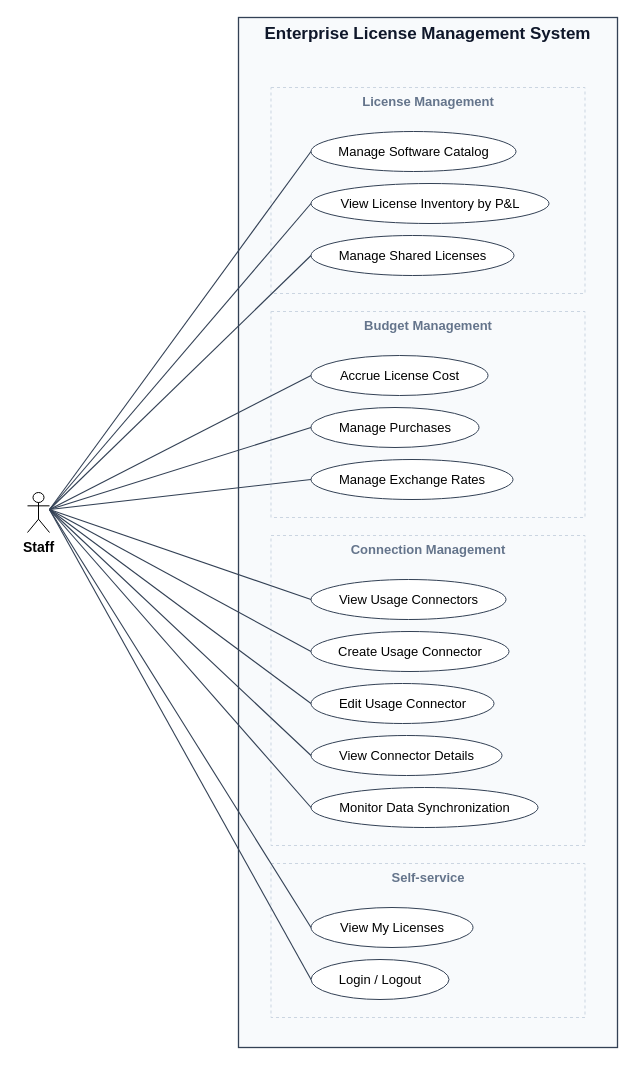
Above: docs/diagrams/out/uc_staff.drawio in cuonglpv/VFast (draw.io), before the change. Source tidied: cells renumbered, new cells numbered last; positions are measured from the earlier drawing's top-left corner, leaving out a move shared by most shapes. Both pictures are drawn from the tidied source at 100%, with x=0, y=0 at pixel (27, 17).
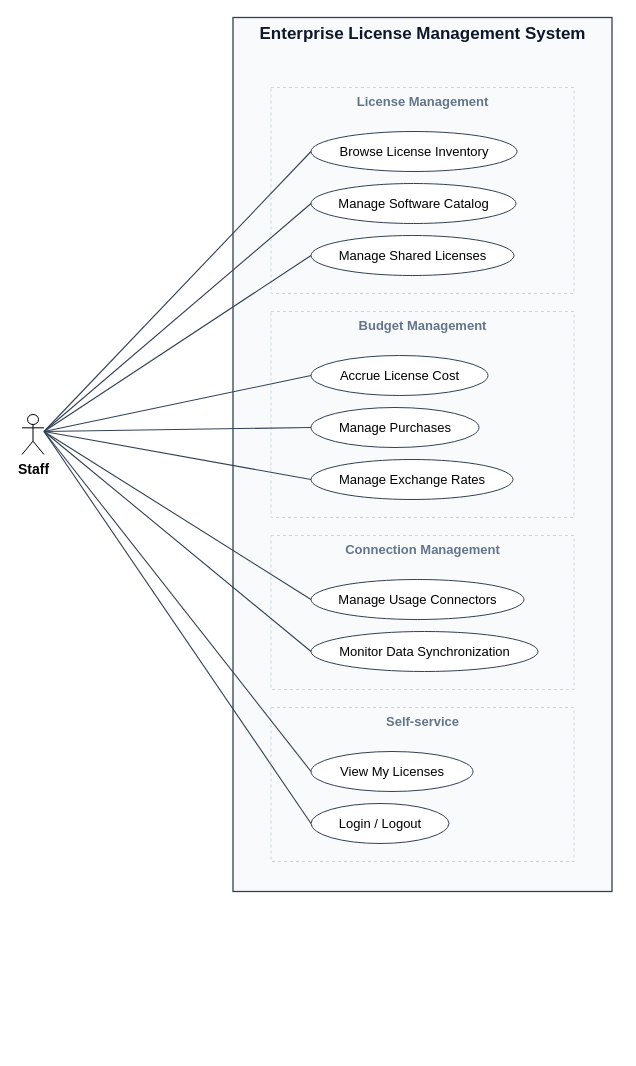
After the change.

What changed in the source:
```diff
@@
     <mxCell id="2" value="Enterprise License Management System" style="rounded=0;arcSize=0;absoluteArcSize=1;whiteSpace=wrap;html=1;fillColor=#F8FAFC;strokeColor=#334155;strokeWidth=1.3;fontSize=17;fontColor=#0f172a;align=center;verticalAlign=top;fontStyle=1;" parent="1" vertex="1">
-      <mxGeometry x="211" width="379" height="1030" as="geometry" />
+      <mxGeometry x="205.5" width="379" height="874" as="geometry" />
     </mxCell>
     <mxCell id="3" value="License Management" style="rounded=0;arcSize=0;absoluteArcSize=1;whiteSpace=wrap;html=1;fillColor=#F8FAFC;strokeColor=#CBD5E1;strokeWidth=1;fontSize=13;fontColor=#64748B;align=center;verticalAlign=top;dashed=1;fontStyle=1;" parent="1" vertex="1">
-      <mxGeometry x="243.5" y="70" width="314" height="206" as="geometry" />
+      <mxGeometry x="243.5" y="70" width="303" height="206" as="geometry" />
     </mxCell>
-    <mxCell id="4" value="Manage Software Catalog" style="ellipse;whiteSpace=wrap;html=1;fillColor=#ffffff;strokeColor=#334155;fontSize=13;fontColor=#000000;" parent="1" vertex="1">
-      <mxGeometry x="283.5" y="114" width="205" height="40" as="geometry" />
+    <mxCell id="4" value="Browse License Inventory" style="ellipse;whiteSpace=wrap;html=1;fillColor=#ffffff;strokeColor=#334155;fontSize=13;fontColor=#000000;" parent="1" vertex="1">
+      <mxGeometry x="283.5" y="114" width="206" height="40" as="geometry" />
     </mxCell>
-    <mxCell id="5" value="View License Inventory by P&amp;amp;L" style="ellipse;whiteSpace=wrap;html=1;fillColor=#ffffff;strokeColor=#334155;fontSize=13;fontColor=#000000;" parent="1" vertex="1">
-      <mxGeometry x="283.5" y="166" width="238" height="40" as="geometry" />
+    <mxCell id="5" value="Manage Software Catalog" style="ellipse;whiteSpace=wrap;html=1;fillColor=#ffffff;strokeColor=#334155;fontSize=13;fontColor=#000000;" parent="1" vertex="1">
+      <mxGeometry x="283.5" y="166" width="205" height="40" as="geometry" />
     </mxCell>
@@
     <mxCell id="7" value="Budget Management" style="rounded=0;arcSize=0;absoluteArcSize=1;whiteSpace=wrap;html=1;fillColor=#F8FAFC;strokeColor=#CBD5E1;strokeWidth=1;fontSize=13;fontColor=#64748B;align=center;verticalAlign=top;dashed=1;fontStyle=1;" parent="1" vertex="1">
-      <mxGeometry x="243.5" y="294" width="314" height="206" as="geometry" />
+      <mxGeometry x="243.5" y="294" width="303" height="206" as="geometry" />
     </mxCell>
@@
     <mxCell id="11" value="Connection Management" style="rounded=0;arcSize=0;absoluteArcSize=1;whiteSpace=wrap;html=1;fillColor=#F8FAFC;strokeColor=#CBD5E1;strokeWidth=1;fontSize=13;fontColor=#64748B;align=center;verticalAlign=top;dashed=1;fontStyle=1;" parent="1" vertex="1">
-      <mxGeometry x="243.5" y="518" width="314" height="310" as="geometry" />
+      <mxGeometry x="243.5" y="518" width="303" height="154" as="geometry" />
     </mxCell>
-    <mxCell id="12" value="View Usage Connectors" style="ellipse;whiteSpace=wrap;html=1;fillColor=#ffffff;strokeColor=#334155;fontSize=13;fontColor=#000000;" parent="1" vertex="1">
-      <mxGeometry x="283.5" y="562" width="195" height="40" as="geometry" />
+    <mxCell id="12" value="Manage Usage Connectors" style="ellipse;whiteSpace=wrap;html=1;fillColor=#ffffff;strokeColor=#334155;fontSize=13;fontColor=#000000;" parent="1" vertex="1">
+      <mxGeometry x="283.5" y="562" width="213" height="40" as="geometry" />
     </mxCell>
-    <mxCell id="13" value="Create Usage Connector" style="ellipse;whiteSpace=wrap;html=1;fillColor=#ffffff;strokeColor=#334155;fontSize=13;fontColor=#000000;" parent="1" vertex="1">
-      <mxGeometry x="283.5" y="614" width="198" height="40" as="geometry" />
+    <mxCell id="13" value="Monitor Data Synchronization" style="ellipse;whiteSpace=wrap;html=1;fillColor=#ffffff;strokeColor=#334155;fontSize=13;fontColor=#000000;" parent="1" vertex="1">
+      <mxGeometry x="283.5" y="614" width="227" height="40" as="geometry" />
     </mxCell>
-    <mxCell id="14" value="Edit Usage Connector" style="ellipse;whiteSpace=wrap;html=1;fillColor=#ffffff;strokeColor=#334155;fontSize=13;fontColor=#000000;" parent="1" vertex="1">
-      <mxGeometry x="283.5" y="666" width="183" height="40" as="geometry" />
+    <mxCell id="14" value="Self-service" style="rounded=0;arcSize=0;absoluteArcSize=1;whiteSpace=wrap;html=1;fillColor=#F8FAFC;strokeColor=#CBD5E1;strokeWidth=1;fontSize=13;fontColor=#64748B;align=center;verticalAlign=top;dashed=1;fontStyle=1;" parent="1" vertex="1">
+      <mxGeometry x="243.5" y="690" width="303" height="154" as="geometry" />
     </mxCell>
-    <mxCell id="15" value="View Connector Details" style="ellipse;whiteSpace=wrap;html=1;fillColor=#ffffff;strokeColor=#334155;fontSize=13;fontColor=#000000;" parent="1" vertex="1">
-      <mxGeometry x="283.5" y="718" width="191" height="40" as="geometry" />
+    <mxCell id="15" value="View My Licenses" style="ellipse;whiteSpace=wrap;html=1;fillColor=#ffffff;strokeColor=#334155;fontSize=13;fontColor=#000000;" parent="1" vertex="1">
+      <mxGeometry x="283.5" y="734" width="162" height="40" as="geometry" />
     </mxCell>
-    <mxCell id="16" value="Monitor Data Synchronization" style="ellipse;whiteSpace=wrap;html=1;fillColor=#ffffff;strokeColor=#334155;fontSize=13;fontColor=#000000;" parent="1" vertex="1">
-      <mxGeometry x="283.5" y="770" width="227" height="40" as="geometry" />
+    <mxCell id="16" value="Login / Logout" style="ellipse;whiteSpace=wrap;html=1;fillColor=#ffffff;strokeColor=#334155;fontSize=13;fontColor=#000000;" parent="1" vertex="1">
+      <mxGeometry x="283.5" y="786" width="138" height="40" as="geometry" />
     </mxCell>
-    <mxCell id="17" value="Self-service" style="rounded=0;arcSize=0;absoluteArcSize=1;whiteSpace=wrap;html=1;fillColor=#F8FAFC;strokeColor=#CBD5E1;strokeWidth=1;fontSize=13;fontColor=#64748B;align=center;verticalAlign=top;dashed=1;fontStyle=1;" parent="1" vertex="1">
-      <mxGeometry x="243.5" y="846" width="314" height="154" as="geometry" />
+    <mxCell id="17" value="Staff" style="shape=umlActor;html=1;verticalLabelPosition=bottom;verticalAlign=top;labelPosition=center;align=center;fontSize=14;fontStyle=1;" parent="1" vertex="1">
+      <mxGeometry x="-5.5" y="397" width="22" height="40" as="geometry" />
     </mxCell>
-    <mxCell id="18" value="View My Licenses" style="ellipse;whiteSpace=wrap;html=1;fillColor=#ffffff;strokeColor=#334155;fontSize=13;fontColor=#000000;" parent="1" vertex="1">
-      <mxGeometry x="283.5" y="890" width="162" height="40" as="geometry" />
+    <mxCell id="18" style="html=1;rounded=0;endArrow=none;endFill=0;startArrow=none;startFill=0;strokeColor=#334155;strokeWidth=1.1;" parent="1" edge="1">
+      <mxGeometry relative="1" as="geometry">
+        <mxPoint x="16.5" y="414" as="sourcePoint" />
+        <mxPoint x="283.5" y="134" as="targetPoint" />
+      </mxGeometry>
     </mxCell>
-    <mxCell id="19" value="Login / Logout" style="ellipse;whiteSpace=wrap;html=1;fillColor=#ffffff;strokeColor=#334155;fontSize=13;fontColor=#000000;" parent="1" vertex="1">
-      <mxGeometry x="283.5" y="942" width="138" height="40" as="geometry" />
+    <mxCell id="19" style="html=1;rounded=0;endArrow=none;endFill=0;startArrow=none;startFill=0;strokeColor=#334155;strokeWidth=1.1;" parent="1" edge="1">
+      <mxGeometry relative="1" as="geometry">
+        <mxPoint x="16.5" y="414" as="sourcePoint" />
+        <mxPoint x="283.5" y="186" as="targetPoint" />
+      </mxGeometry>
     </mxCell>
-    <mxCell id="20" value="Staff" style="shape=umlActor;html=1;verticalLabelPosition=bottom;verticalAlign=top;labelPosition=center;align=center;fontSize=14;fontStyle=1;" parent="1" vertex="1">
-      <mxGeometry y="475" width="22" height="40" as="geometry" />
+    <mxCell id="20" style="html=1;rounded=0;endArrow=none;endFill=0;startArrow=none;startFill=0;strokeColor=#334155;strokeWidth=1.1;" parent="1" edge="1">
+      <mxGeometry relative="1" as="geometry">
+        <mxPoint x="16.5" y="414" as="sourcePoint" />
+        <mxPoint x="283.5" y="238" as="targetPoint" />
+      </mxGeometry>
     </mxCell>
     <mxCell id="21" style="html=1;rounded=0;endArrow=none;endFill=0;startArrow=none;startFill=0;strokeColor=#334155;strokeWidth=1.1;" parent="1" edge="1">
       <mxGeometry relative="1" as="geometry">
-        <mxPoint x="22" y="492" as="sourcePoint" />
-        <mxPoint x="283.5" y="134" as="targetPoint" />
+        <mxPoint x="16.5" y="414" as="sourcePoint" />
+        <mxPoint x="283.5" y="358" as="targetPoint" />
       </mxGeometry>
     </mxCell>
     <mxCell id="22" style="html=1;rounded=0;endArrow=none;endFill=0;startArrow=none;startFill=0;strokeColor=#334155;strokeWidth=1.1;" parent="1" edge="1">
       <mxGeometry relative="1" as="geometry">
-        <mxPoint x="22" y="492" as="sourcePoint" />
-        <mxPoint x="283.5" y="186" as="targetPoint" />
+        <mxPoint x="16.5" y="414" as="sourcePoint" />
+        <mxPoint x="283.5" y="410" as="targetPoint" />
       </mxGeometry>
     </mxCell>
     <mxCell id="23" style="html=1;rounded=0;endArrow=none;endFill=0;startArrow=none;startFill=0;strokeColor=#334155;strokeWidth=1.1;" parent="1" edge="1">
       <mxGeometry relative="1" as="geometry">
-        <mxPoint x="22" y="492" as="sourcePoint" />
-        <mxPoint x="283.5" y="238" as="targetPoint" />
+        <mxPoint x="16.5" y="414" as="sourcePoint" />
+        <mxPoint x="283.5" y="462" as="targetPoint" />
       </mxGeometry>
     </mxCell>
     <mxCell id="24" style="html=1;rounded=0;endArrow=none;endFill=0;startArrow=none;startFill=0;strokeColor=#334155;strokeWidth=1.1;" parent="1" edge="1">
       <mxGeometry relative="1" as="geometry">
-        <mxPoint x="22" y="492" as="sourcePoint" />
-        <mxPoint x="283.5" y="358" as="targetPoint" />
+        <mxPoint x="16.5" y="414" as="sourcePoint" />
+        <mxPoint x="283.5" y="582" as="targetPoint" />
       </mxGeometry>
     </mxCell>
     <mxCell id="25" style="html=1;rounded=0;endArrow=none;endFill=0;startArrow=none;startFill=0;strokeColor=#334155;strokeWidth=1.1;" parent="1" edge="1">
       <mxGeometry relative="1" as="geometry">
-        <mxPoint x="22" y="492" as="sourcePoint" />
-        <mxPoint x="283.5" y="410" as="targetPoint" />
+        <mxPoint x="16.5" y="414" as="sourcePoint" />
+        <mxPoint x="283.5" y="634" as="targetPoint" />
       </mxGeometry>
     </mxCell>
     <mxCell id="26" style="html=1;rounded=0;endArrow=none;endFill=0;startArrow=none;startFill=0;strokeColor=#334155;strokeWidth=1.1;" parent="1" edge="1">
       <mxGeometry relative="1" as="geometry">
-        <mxPoint x="22" y="492" as="sourcePoint" />
-        <mxPoint x="283.5" y="462" as="targetPoint" />
+        <mxPoint x="16.5" y="414" as="sourcePoint" />
+        <mxPoint x="283.5" y="754" as="targetPoint" />
       </mxGeometry>
     </mxCell>
     <mxCell id="27" style="html=1;rounded=0;endArrow=none;endFill=0;startArrow=none;startFill=0;strokeColor=#334155;strokeWidth=1.1;" parent="1" edge="1">
       <mxGeometry relative="1" as="geometry">
-        <mxPoint x="22" y="492" as="sourcePoint" />
-        <mxPoint x="283.5" y="582" as="targetPoint" />
+        <mxPoint x="16.5" y="414" as="sourcePoint" />
+        <mxPoint x="283.5" y="806" as="targetPoint" />
       </mxGeometry>
     </mxCell>
-    <mxCell id="28" style="html=1;rounded=0;endArrow=none;endFill=0;startArrow=none;startFill=0;strokeColor=#334155;strokeWidth=1.1;" parent="1" edge="1">
-      <mxGeometry relative="1" as="geometry">
-        <mxPoint x="22" y="492" as="sourcePoint" />
-        <mxPoint x="283.5" y="634" as="targetPoint" />
-      </mxGeometry>
-    </mxCell>
-    <mxCell id="29" style="html=1;rounded=0;endArrow=none;endFill=0;startArrow=none;startFill=0;strokeColor=#334155;strokeWidth=1.1;" parent="1" edge="1">
-      <mxGeometry relative="1" as="geometry">
-        <mxPoint x="22" y="492" as="sourcePoint" />
-        <mxPoint x="283.5" y="686" as="targetPoint" />
-      </mxGeometry>
-    </mxCell>
-    <mxCell id="30" style="html=1;rounded=0;endArrow=none;endFill=0;startArrow=none;startFill=0;strokeColor=#334155;strokeWidth=1.1;" parent="1" edge="1">
-      <mxGeometry relative="1" as="geometry">
-        <mxPoint x="22" y="492" as="sourcePoint" />
-        <mxPoint x="283.5" y="738" as="targetPoint" />
-      </mxGeometry>
-    </mxCell>
-    <mxCell id="31" style="html=1;rounded=0;endArrow=none;endFill=0;startArrow=none;startFill=0;strokeColor=#334155;strokeWidth=1.1;" parent="1" edge="1">
-      <mxGeometry relative="1" as="geometry">
-        <mxPoint x="22" y="492" as="sourcePoint" />
-        <mxPoint x="283.5" y="790" as="targetPoint" />
-      </mxGeometry>
-    </mxCell>
-    <mxCell id="32" style="html=1;rounded=0;endArrow=none;endFill=0;startArrow=none;startFill=0;strokeColor=#334155;strokeWidth=1.1;" parent="1" edge="1">
-      <mxGeometry relative="1" as="geometry">
-        <mxPoint x="22" y="492" as="sourcePoint" />
-        <mxPoint x="283.5" y="910" as="targetPoint" />
-      </mxGeometry>
-    </mxCell>
-    <mxCell id="33" style="html=1;rounded=0;endArrow=none;endFill=0;startArrow=none;startFill=0;strokeColor=#334155;strokeWidth=1.1;" parent="1" edge="1">
-      <mxGeometry relative="1" as="geometry">
-        <mxPoint x="22" y="492" as="sourcePoint" />
-        <mxPoint x="283.5" y="962" as="targetPoint" />
-      </mxGeometry>
-    </mxCell>
```
